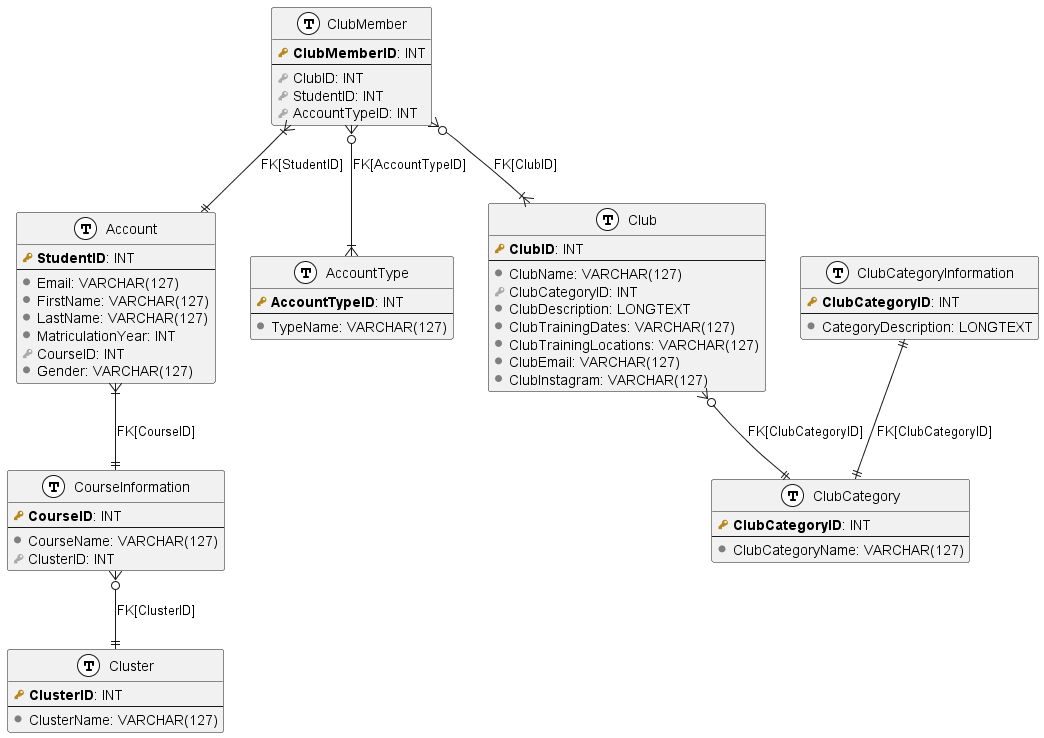
The PlantUML diagram docs/er_diagram.png in y1xing/inclubsit-backend, before a commit.
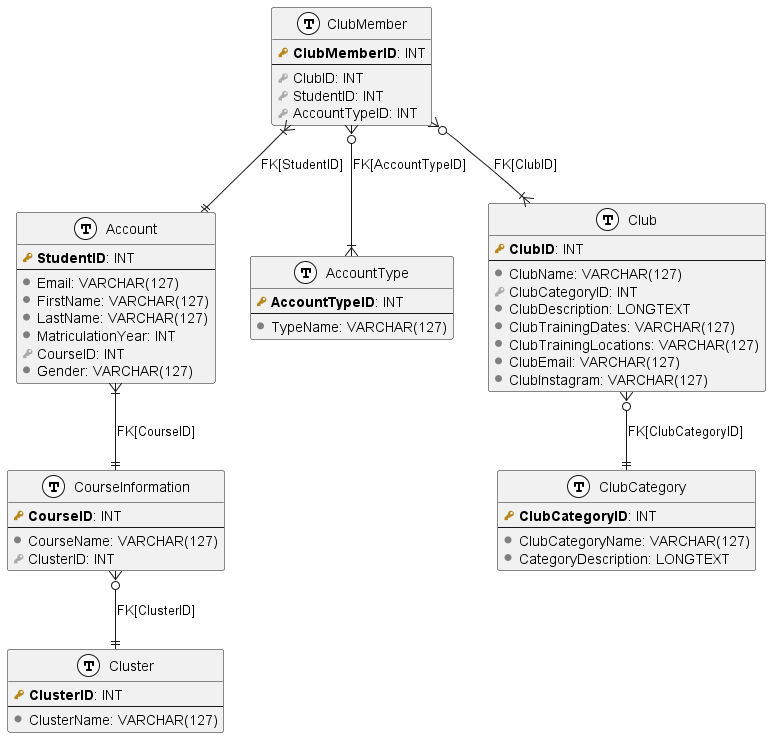
The same file after the commit.

Commit message:
fix: make student list generate alphabetically so it remains consistent through every run of codegen.py, updated er diagram

Change to the diagram source:
```diff
@@ -38,6 +38,7 @@
     primary_key(ClubCategoryID): INT
     --
     column(ClubCategoryName): VARCHAR(127)
+    column(CategoryDescription): LONGTEXT
 }
 
 table(Club) {
@@ -52,12 +53,6 @@
     column(ClubInstagram): VARCHAR(127)
 }
 
-table(ClubCategoryInformation){
-    primary_key(ClubCategoryID): INT
-    --
-    column(CategoryDescription): LONGTEXT
-}
-
 table(ClubMember) {
     primary_key(ClubMemberID): INT
     --
@@ -69,7 +64,6 @@
 CourseInformation }o--|| Cluster: FK[ClusterID]
 Account }|--|| CourseInformation: FK[CourseID]
 Club }o--|| ClubCategory: FK[ClubCategoryID]
-ClubCategoryInformation ||--|| ClubCategory: FK[ClubCategoryID]
 ClubMember }o--|{ Club: FK[ClubID]
 ClubMember }|--|| Account: FK[StudentID]
 ClubMember }o--|{ AccountType: FK[AccountTypeID]
```
